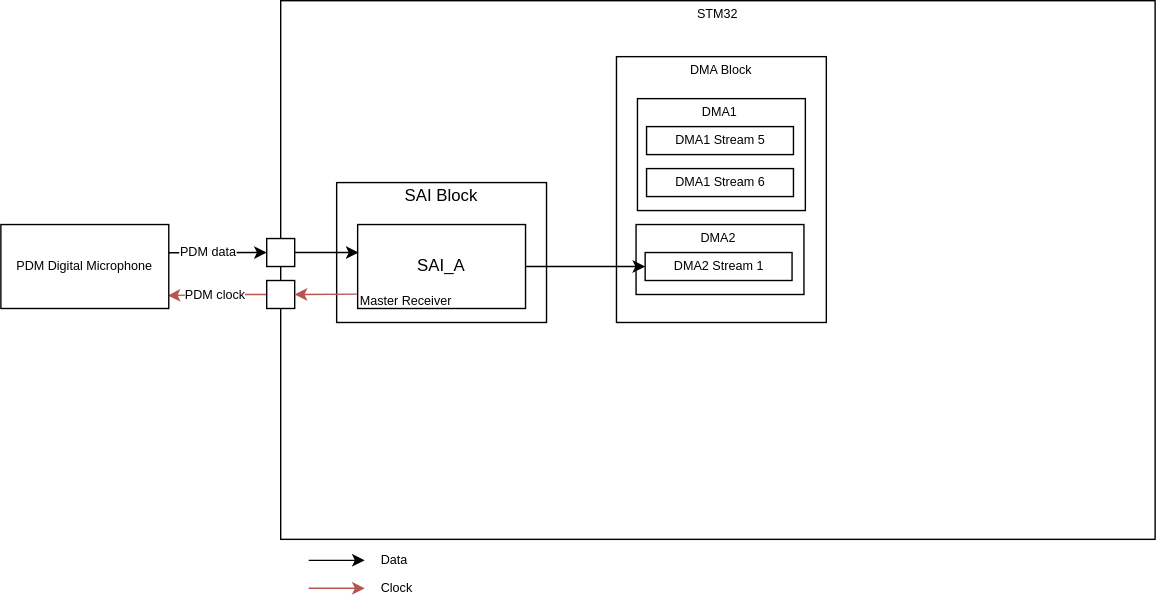
piwithy/stm32pdm keeps this draw.io diagram as 00_Documentation/imgs/03_Embedding/direct_output/block_diagram.svg. Above is the earlier version. Source tidied: cells renumbered, new cells last; positions are measured from the earlier drawing's top-left corner, leaving out a move shared by most shapes.
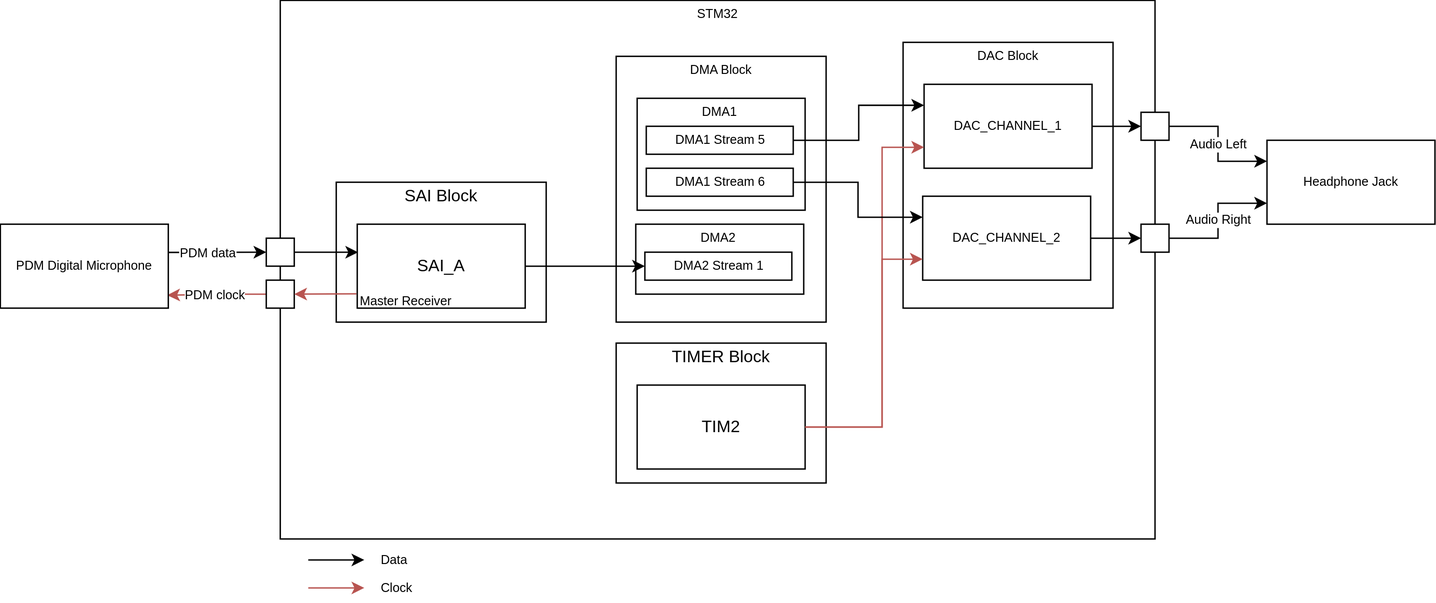
Above is the later version.

Change to the diagram source:
```diff
@@ -8,9 +8,9 @@
     <mxCell id="3" style="group;" parent="1" vertex="1">
       <mxGeometry x="240" y="130" width="150" height="100" as="geometry" />
     </mxCell>
-    <mxCell id="4" style="rounded=0;whiteSpace=wrap;html=1;" parent="3" vertex="1">
-      <mxGeometry width="150" height="100" as="geometry" />
-    </mxCell>
+    <mxCell id="33" style="rounded=0;whiteSpace=wrap;html=1;" parent="3" vertex="1">
+      <mxGeometry width="150" height="100" as="geometry" />
+    </mxCell>
     <mxCell id="5" value="SAI Block" style="text;html=1;strokeColor=none;fillColor=none;align=center;verticalAlign=middle;whiteSpace=wrap;rounded=0;" parent="3" vertex="1">
       <mxGeometry width="150" height="20" as="geometry" />
     </mxCell>
@@ -20,12 +20,39 @@
     <mxCell id="7" value="Master Receiver" style="text;html=1;strokeColor=none;fillColor=none;align=left;verticalAlign=middle;whiteSpace=wrap;rounded=0;fontSize=9;" parent="3" vertex="1">
       <mxGeometry x="15" y="80" width="75" height="10" as="geometry" />
     </mxCell>
+    <mxCell id="34" style="group;" parent="1" vertex="1">
+      <mxGeometry x="645" y="30" width="150" height="190" as="geometry" />
+    </mxCell>
+    <mxCell id="35" style="rounded=0;whiteSpace=wrap;html=1;fontSize=9;align=left;" parent="34" vertex="1">
+      <mxGeometry width="150" height="190" as="geometry" />
+    </mxCell>
+    <mxCell id="36" value="DAC_CHANNEL_1" style="rounded=0;whiteSpace=wrap;html=1;fontSize=9;align=center;" parent="34" vertex="1">
+      <mxGeometry x="15" y="30" width="120" height="60" as="geometry" />
+    </mxCell>
+    <mxCell id="37" value="DAC Block" style="text;html=1;strokeColor=none;fillColor=none;align=center;verticalAlign=middle;whiteSpace=wrap;rounded=0;fontSize=9;" parent="34" vertex="1">
+      <mxGeometry width="150" height="20" as="geometry" />
+    </mxCell>
+    <mxCell id="38" value="DAC_CHANNEL_2" style="rounded=0;whiteSpace=wrap;html=1;fontSize=9;align=center;" parent="34" vertex="1">
+      <mxGeometry x="14" y="110" width="120" height="60" as="geometry" />
+    </mxCell>
+    <mxCell id="39" style="group;" parent="1" vertex="1">
+      <mxGeometry x="440" y="245" width="150" height="100" as="geometry" />
+    </mxCell>
+    <mxCell id="40" style="rounded=0;whiteSpace=wrap;html=1;" parent="39" vertex="1">
+      <mxGeometry width="150" height="100" as="geometry" />
+    </mxCell>
+    <mxCell id="41" value="TIMER Block" style="text;html=1;strokeColor=none;fillColor=none;align=center;verticalAlign=middle;whiteSpace=wrap;rounded=0;" parent="39" vertex="1">
+      <mxGeometry width="150" height="20" as="geometry" />
+    </mxCell>
+    <mxCell id="42" value="TIM2" style="rounded=0;whiteSpace=wrap;html=1;" parent="39" vertex="1">
+      <mxGeometry x="15" y="30" width="120" height="60" as="geometry" />
+    </mxCell>
     <mxCell id="8" style="group;align=center;" parent="1" vertex="1">
       <mxGeometry x="440" y="40" width="150" height="200" as="geometry" />
     </mxCell>
-    <mxCell id="9" style="rounded=0;whiteSpace=wrap;html=1;fontSize=9;align=left;" parent="8" vertex="1">
-      <mxGeometry width="150" height="190" as="geometry" />
-    </mxCell>
+    <mxCell id="43" style="rounded=0;whiteSpace=wrap;html=1;fontSize=9;align=left;" parent="8" vertex="1">
+      <mxGeometry width="150" height="190" as="geometry" />
+    </mxCell>
     <mxCell id="10" style="rounded=0;whiteSpace=wrap;html=1;fontSize=9;align=center;" parent="8" vertex="1">
       <mxGeometry x="15" y="30" width="120" height="80" as="geometry" />
     </mxCell>
@@ -80,24 +107,67 @@
     <mxCell id="27" style="edgeStyle=orthogonalEdgeStyle;rounded=0;jettySize=auto;html=1;exitX=1;exitY=0.5;exitDx=0;exitDy=0;entryX=0;entryY=0.5;entryDx=0;entryDy=0;fontSize=9;" parent="1" edge="1" source="6" target="17">
       <mxGeometry relative="1" as="geometry" />
     </mxCell>
+    <mxCell id="44" style="edgeStyle=orthogonalEdgeStyle;rounded=0;jettySize=auto;html=1;exitX=1;exitY=0.5;exitDx=0;exitDy=0;entryX=0;entryY=0.75;entryDx=0;entryDy=0;fontSize=9;fillColor=#f8cecc;strokeColor=#b85450;" parent="1" edge="1" source="42" target="36">
+      <mxGeometry relative="1" as="geometry">
+        <Array as="points">
+          <mxPoint x="630" y="305" />
+          <mxPoint x="630" y="105" />
+        </Array>
+      </mxGeometry>
+    </mxCell>
+    <mxCell id="45" style="edgeStyle=orthogonalEdgeStyle;rounded=0;jettySize=auto;html=1;exitX=1;exitY=0.5;exitDx=0;exitDy=0;entryX=0;entryY=0.75;entryDx=0;entryDy=0;fontSize=9;fillColor=#f8cecc;strokeColor=#b85450;" parent="1" edge="1" source="42" target="38">
+      <mxGeometry relative="1" as="geometry">
+        <Array as="points">
+          <mxPoint x="630" y="305" />
+          <mxPoint x="630" y="185" />
+        </Array>
+      </mxGeometry>
+    </mxCell>
+    <mxCell id="46" value="Audio Left" style="edgeStyle=orthogonalEdgeStyle;rounded=0;jettySize=auto;html=1;exitX=1;exitY=0.5;exitDx=0;exitDy=0;entryX=0;entryY=0.25;entryDx=0;entryDy=0;fontSize=9;" parent="1" edge="1" source="47" target="52">
+      <mxGeometry relative="1" as="geometry" />
+    </mxCell>
+    <mxCell id="47" style="rounded=0;whiteSpace=wrap;html=1;fontSize=9;align=center;" parent="1" vertex="1">
+      <mxGeometry x="815" y="80" width="20" height="20" as="geometry" />
+    </mxCell>
+    <mxCell id="48" value="Audio Right" style="edgeStyle=orthogonalEdgeStyle;rounded=0;jettySize=auto;html=1;exitX=1;exitY=0.5;exitDx=0;exitDy=0;entryX=0;entryY=0.75;entryDx=0;entryDy=0;fontSize=9;" parent="1" edge="1" source="49" target="52">
+      <mxGeometry relative="1" as="geometry" />
+    </mxCell>
+    <mxCell id="49" style="rounded=0;whiteSpace=wrap;html=1;fontSize=9;align=center;" parent="1" vertex="1">
+      <mxGeometry x="815" y="160" width="20" height="20" as="geometry" />
+    </mxCell>
+    <mxCell id="50" style="edgeStyle=orthogonalEdgeStyle;rounded=0;jettySize=auto;html=1;exitX=1;exitY=0.5;exitDx=0;exitDy=0;entryX=0;entryY=0.5;entryDx=0;entryDy=0;fontSize=9;" parent="1" edge="1" source="38" target="49">
+      <mxGeometry relative="1" as="geometry" />
+    </mxCell>
+    <mxCell id="51" style="edgeStyle=orthogonalEdgeStyle;rounded=0;jettySize=auto;html=1;exitX=1;exitY=0.5;exitDx=0;exitDy=0;entryX=0;entryY=0.5;entryDx=0;entryDy=0;fontSize=9;" parent="1" edge="1" source="36" target="47">
+      <mxGeometry relative="1" as="geometry" />
+    </mxCell>
     <mxCell id="28" value="STM32" style="text;html=1;strokeColor=none;fillColor=none;align=center;verticalAlign=middle;whiteSpace=wrap;rounded=0;fontSize=9;" parent="1" vertex="1">
       <mxGeometry x="200" width="625" height="20" as="geometry" />
     </mxCell>
-    <mxCell id="29" style="endArrow=classic;html=1;fontSize=9;" parent="1" edge="1">
-      <mxGeometry relative="1" as="geometry">
-        <mxPoint x="220" y="400" as="sourcePoint" />
-        <mxPoint x="260" y="400" as="targetPoint" />
-      </mxGeometry>
-    </mxCell>
+    <mxCell id="52" value="Headphone Jack" style="rounded=0;whiteSpace=wrap;html=1;fontSize=9;align=center;" parent="1" vertex="1">
+      <mxGeometry x="905" y="100" width="120" height="60" as="geometry" />
+    </mxCell>
+    <mxCell id="53" style="edgeStyle=orthogonalEdgeStyle;rounded=0;jettySize=auto;html=1;exitX=1;exitY=0.5;exitDx=0;exitDy=0;fontSize=9;entryX=0;entryY=0.25;entryDx=0;entryDy=0;" parent="1" edge="1" source="13" target="36">
+      <mxGeometry relative="1" as="geometry" />
+    </mxCell>
+    <mxCell id="54" style="edgeStyle=orthogonalEdgeStyle;rounded=0;jettySize=auto;html=1;exitX=1;exitY=0.5;exitDx=0;exitDy=0;entryX=0;entryY=0.25;entryDx=0;entryDy=0;fontSize=9;" parent="1" edge="1" source="14" target="38">
+      <mxGeometry relative="1" as="geometry" />
+    </mxCell>
+    <mxCell id="55" style="endArrow=classic;html=1;fontSize=9;" parent="1" edge="1">
+      <mxGeometry relative="1" as="geometry">
+        <mxPoint x="220" y="400" as="sourcePoint" />
+        <mxPoint x="260" y="400" as="targetPoint" />
+      </mxGeometry>
+    </mxCell>
     <mxCell id="30" value="Data" style="text;html=1;strokeColor=none;fillColor=none;align=left;verticalAlign=middle;whiteSpace=wrap;rounded=0;fontSize=9;" parent="1" vertex="1">
       <mxGeometry x="270" y="390" width="40" height="20" as="geometry" />
     </mxCell>
-    <mxCell id="31" style="endArrow=classic;html=1;fontSize=9;fillColor=#f8cecc;strokeColor=#b85450;" parent="1" edge="1">
-      <mxGeometry relative="1" as="geometry">
-        <mxPoint x="220" y="420" as="sourcePoint" />
-        <mxPoint x="260" y="420" as="targetPoint" />
-      </mxGeometry>
-    </mxCell>
+    <mxCell id="56" style="endArrow=classic;html=1;fontSize=9;fillColor=#f8cecc;strokeColor=#b85450;" parent="1" edge="1">
+      <mxGeometry relative="1" as="geometry">
+        <mxPoint x="220" y="420" as="sourcePoint" />
+        <mxPoint x="260" y="420" as="targetPoint" />
+      </mxGeometry>
+    </mxCell>
     <mxCell id="32" value="Clock" style="text;html=1;strokeColor=none;fillColor=none;align=left;verticalAlign=middle;whiteSpace=wrap;rounded=0;fontSize=9;" parent="1" vertex="1">
       <mxGeometry x="270" y="410" width="40" height="20" as="geometry" />
     </mxCell>
```
